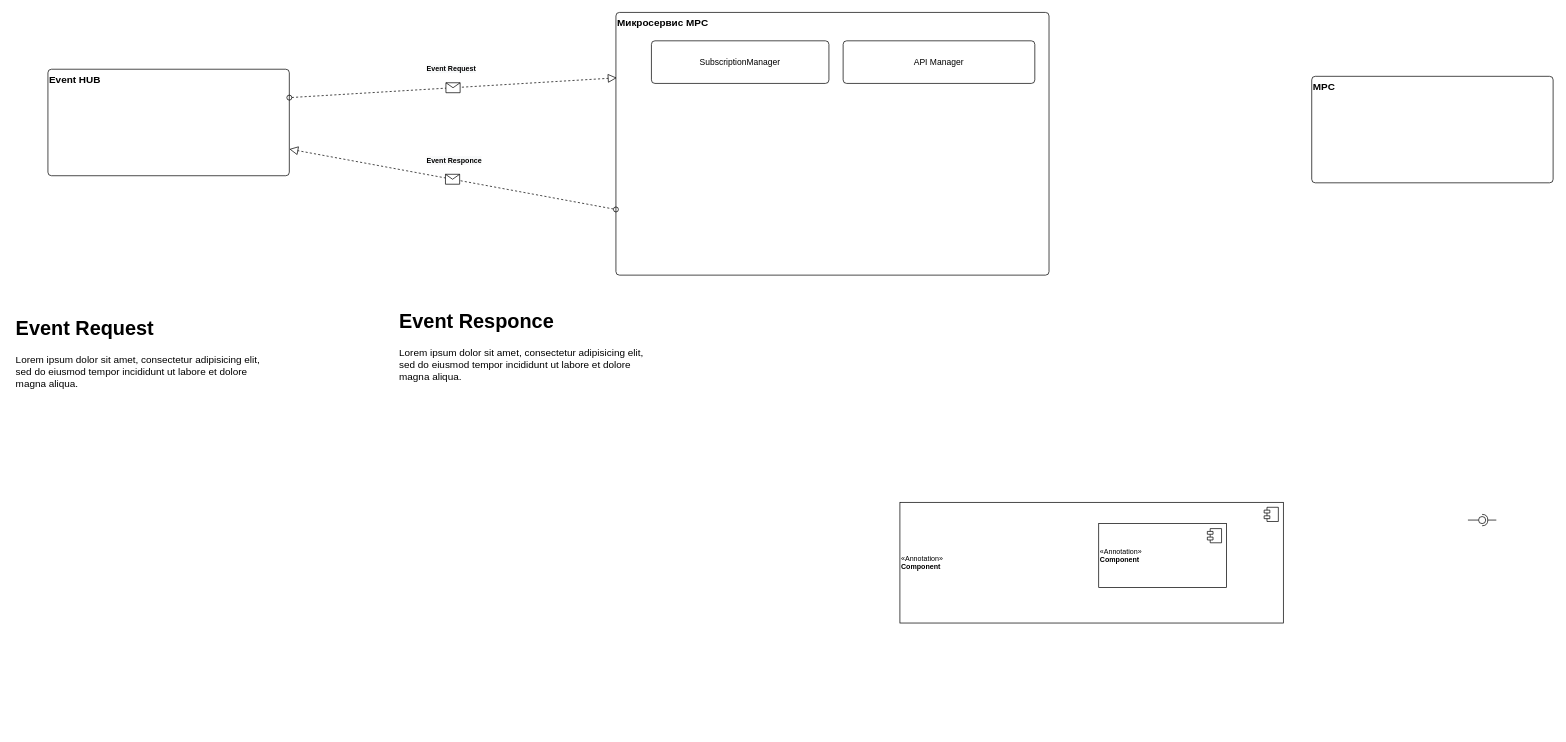
The draw.io diagram page "Проработка микросервиса" (5 of 8) of ExpApiSchematics.drawio in jwkig/expApi, before the edit. Source tidied: cells renumbered, new cells numbered last; positions are measured from the earlier drawing's top-left corner, leaving out a move shared by most shapes. Both pictures are drawn from the tidied source at 71%, with x=0, y=0 at pixel (12, 12).
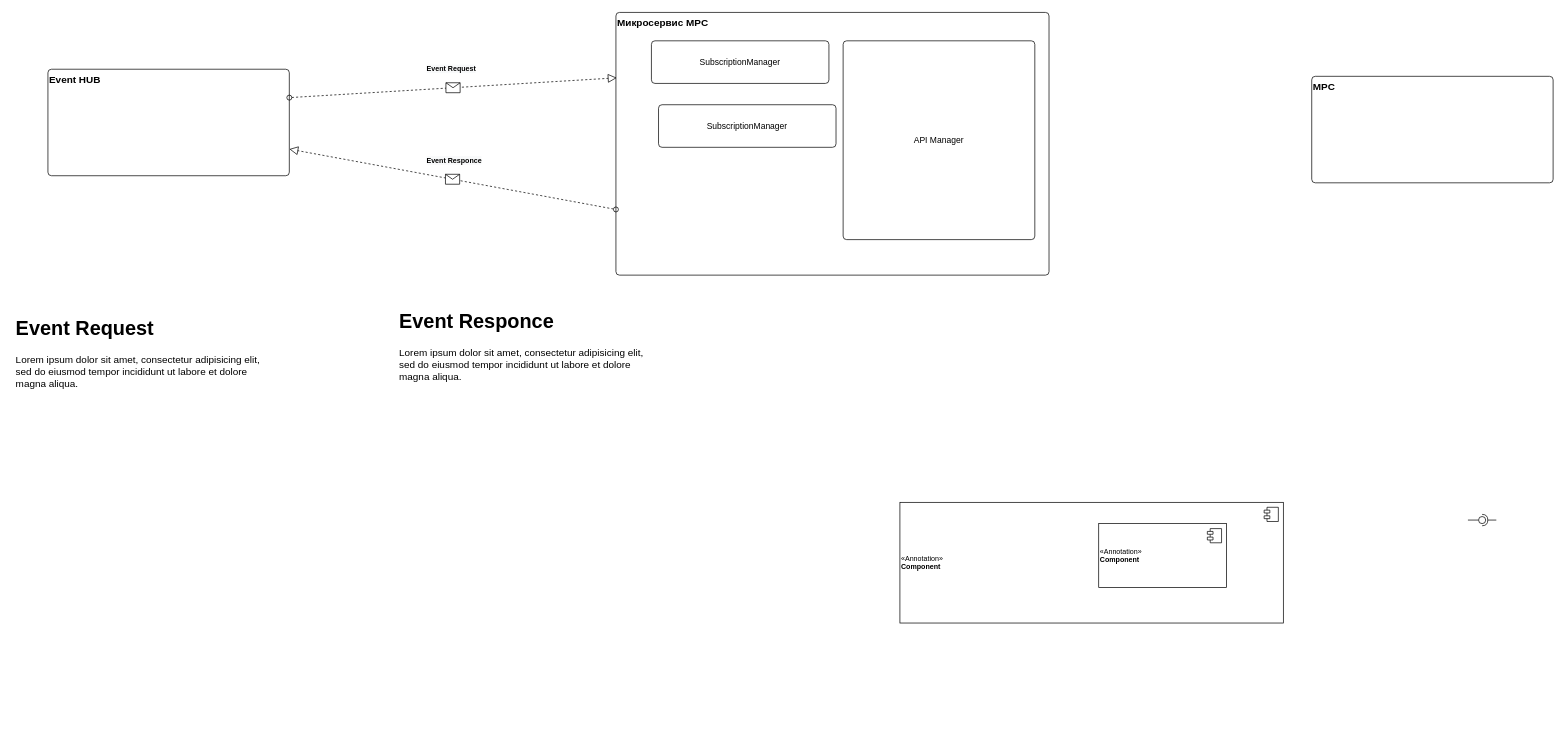
After the change.

Unchanged cells that the change refers to:
```xml
<mxCell id="2" value="Микросервис MPC" style="rounded=1;absoluteArcSize=1;html=1;arcSize=10;verticalAlign=top;align=left;fontSize=14;fontStyle=1;" parent="1" vertex="1">
  <mxGeometry x="850" width="610" height="370" as="geometry" />
</mxCell>
```

Diff of the diagram source:
```diff
@@
     <mxCell id="5" value="API Manager" style="rounded=1;absoluteArcSize=1;html=1;arcSize=10;whiteSpace=wrap;strokeColor=inherit;fillColor=inherit;" parent="2" vertex="1">
-      <mxGeometry x="320" y="40" width="270" height="60" as="geometry" />
+      <mxGeometry x="320" y="40" width="270" height="280" as="geometry" />
     </mxCell>
+    <mxCell id="25" value="SubscriptionManager" style="rounded=1;absoluteArcSize=1;html=1;arcSize=10;whiteSpace=wrap;strokeColor=inherit;fillColor=inherit;" parent="2" vertex="1">
+      <mxGeometry x="60" y="130" width="250" height="60" as="geometry" />
+    </mxCell>
```
